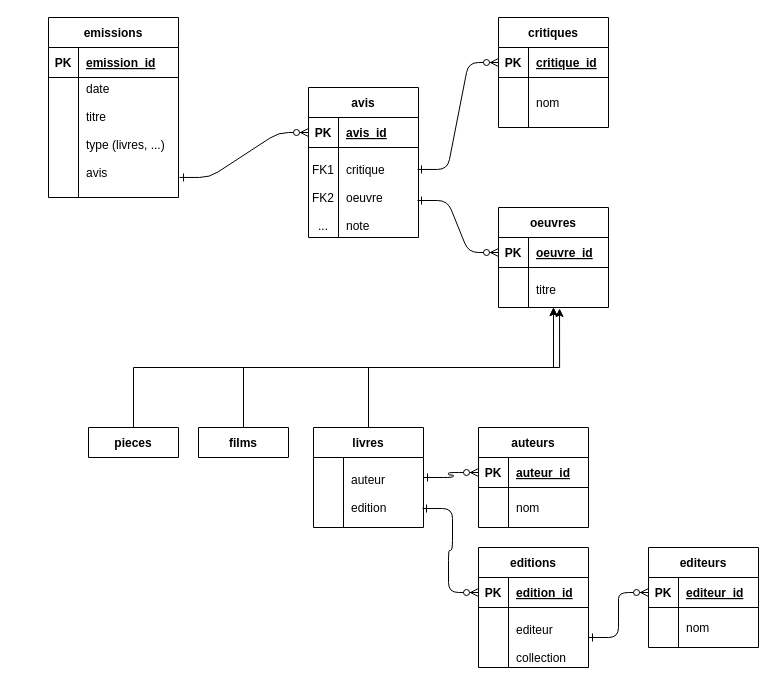
Earlier version of the draw.io diagram db/lmelp.drawio (castorfou/lmelp). Source tidied: cells renumbered, new cells numbered last; positions are measured from the earlier drawing's top-left corner, leaving out a move shared by most shapes. Both pictures are drawn from the tidied source at 100%, with x=0, y=0 at pixel (48, 17).
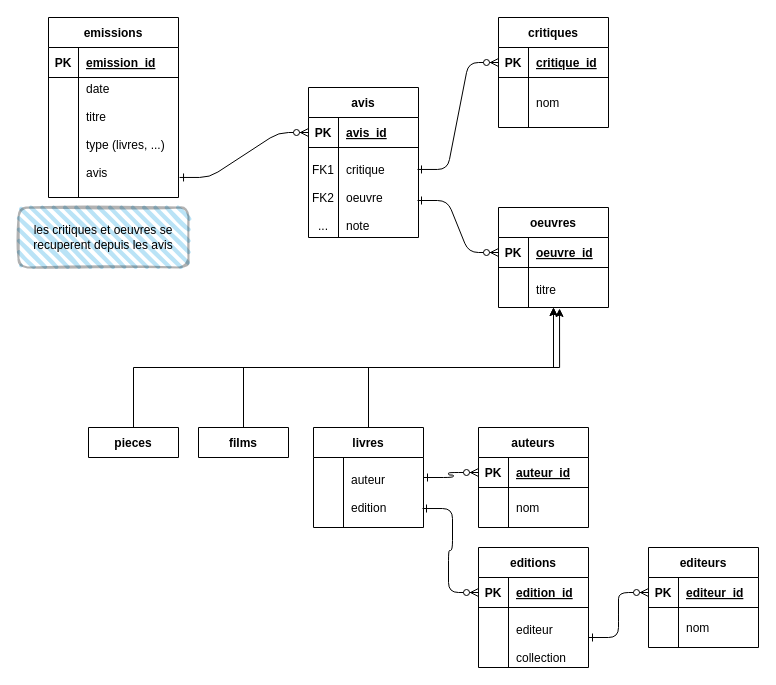
The same page after the edit.

Commit message:
note explicative

Change to the diagram source:
```diff
@@
+    <mxCell id="66" value="les critiques et oeuvres se recuperent depuis les avis" style="rounded=1;whiteSpace=wrap;html=1;strokeWidth=2;fillWeight=4;hachureGap=8;hachureAngle=45;fillColor=#1ba1e2;sketch=1;opacity=30;" parent="1" vertex="1">
+      <mxGeometry x="-30" y="190" width="170" height="60" as="geometry" />
+    </mxCell>
```
